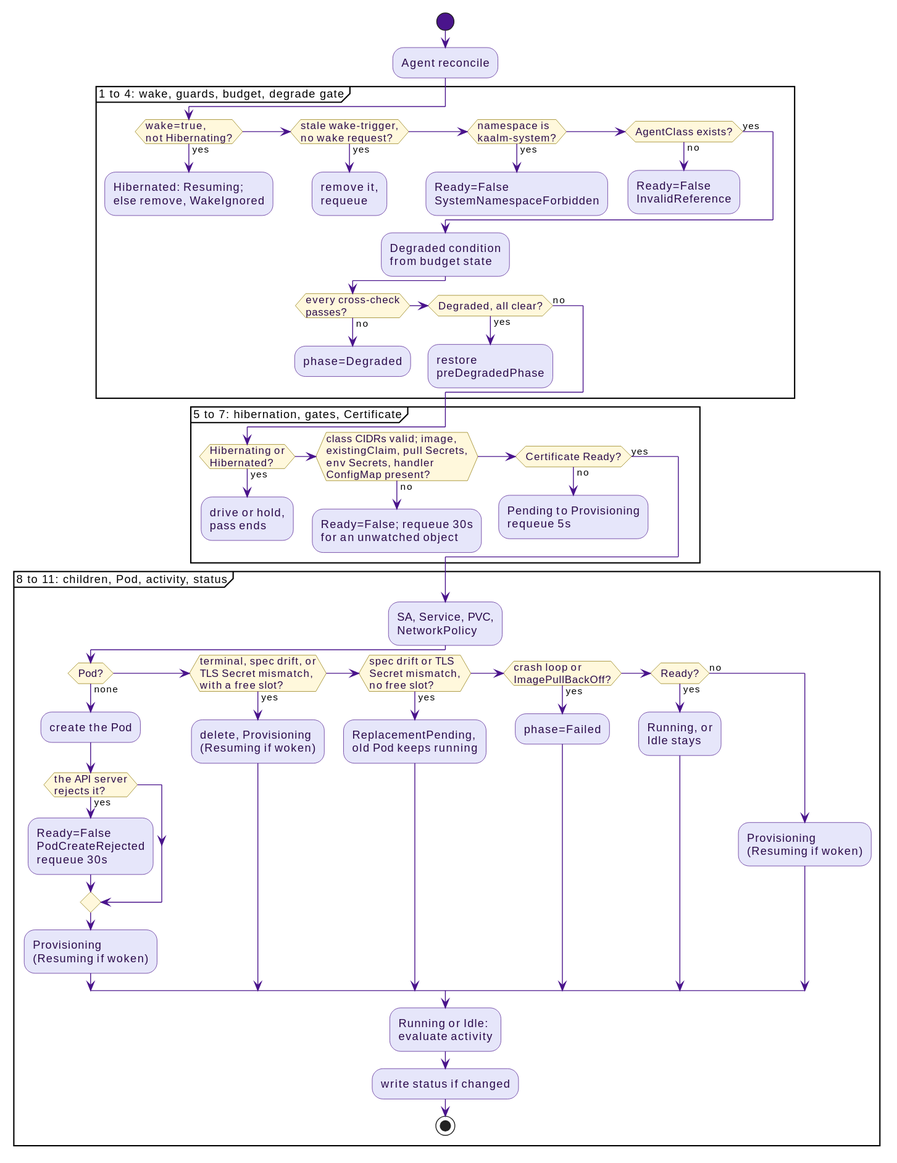
win07xp/kaalm keeps this PlantUML diagram as docs/src/diagrams/agent-reconcile-pass.svg. Above is the earlier version.
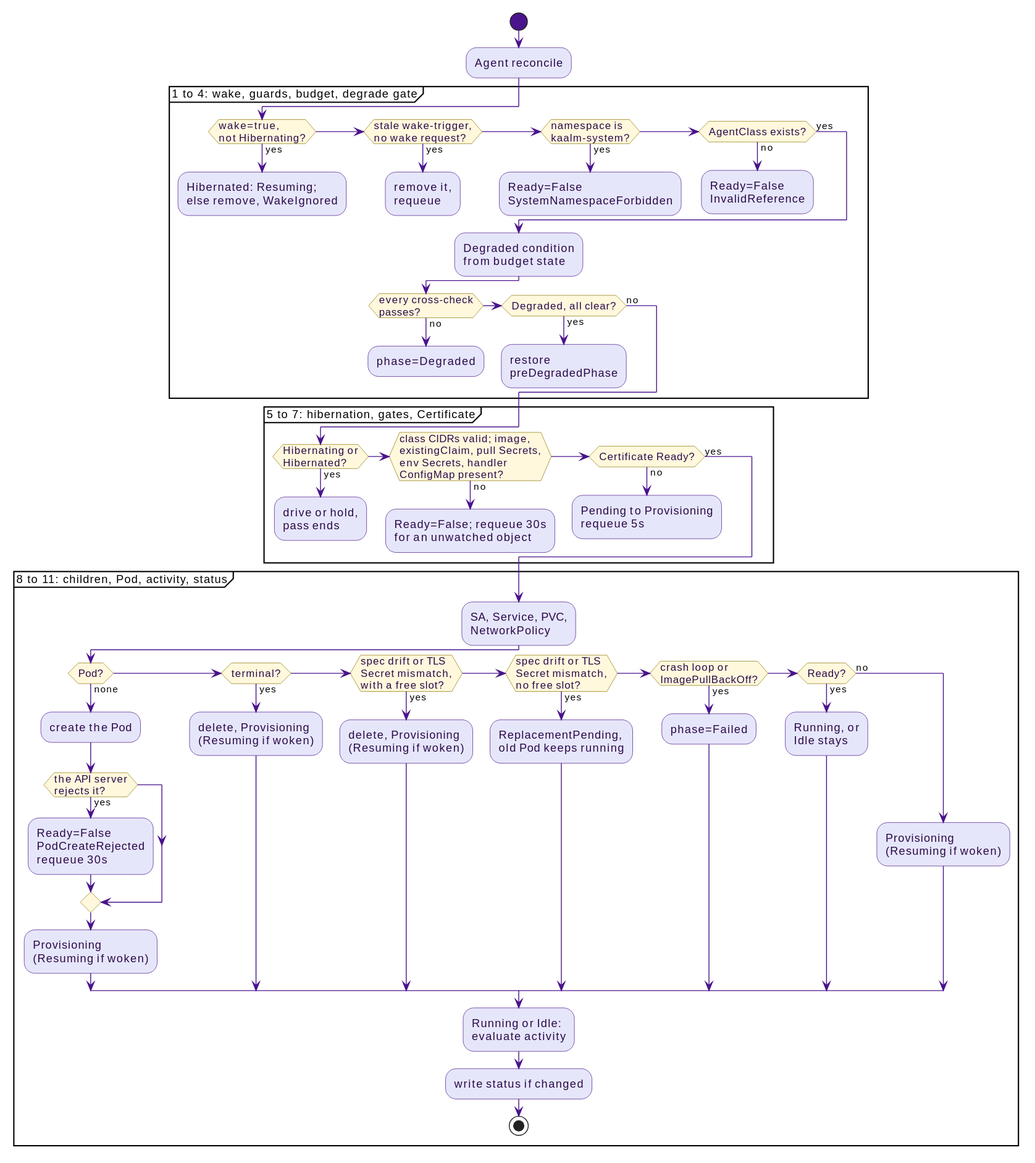
The same file after the commit.

Commit message:
docs: separate terminal Pod replacement from drift in the Agent pass figure

What changed in the source:
```diff
@@ -52,7 +52,9 @@
       :Ready=False\nPodCreateRejected\nrequeue 30s;
     endif
     :Provisioning\n(Resuming if woken);
-  elseif (terminal, spec drift, or\nTLS Secret mismatch,\nwith a free slot?) then (yes)
+  elseif (terminal?) then (yes)
+    :delete, Provisioning\n(Resuming if woken);
+  elseif (spec drift or TLS\nSecret mismatch,\nwith a free slot?) then (yes)
     :delete, Provisioning\n(Resuming if woken);
   elseif (spec drift or TLS\nSecret mismatch,\nno free slot?) then (yes)
     :ReplacementPending,\nold Pod keeps running;
```
